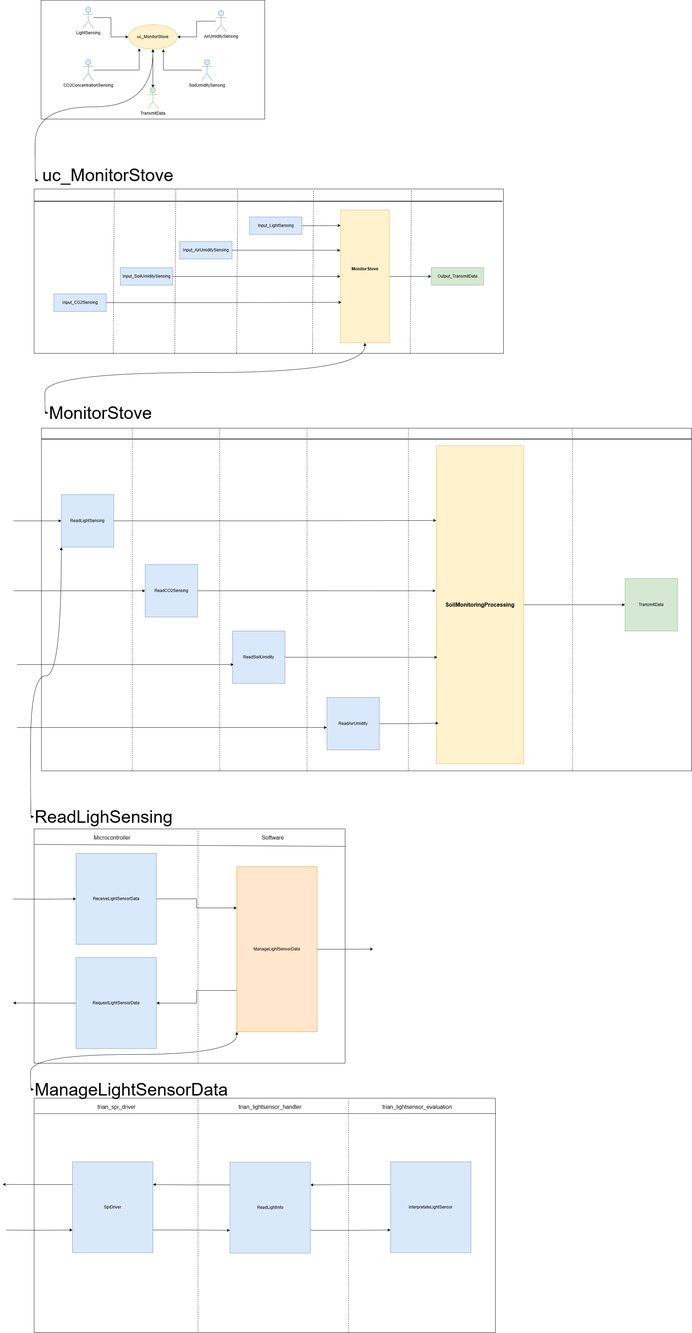
The draw.io diagram DiagramaSistemaEstufa.png in ninjadafolha/EstufaInterna, before a commit. Source tidied: cells renumbered, new cells last; positions are measured from the earlier drawing's top-left corner, leaving out a move shared by most shapes.
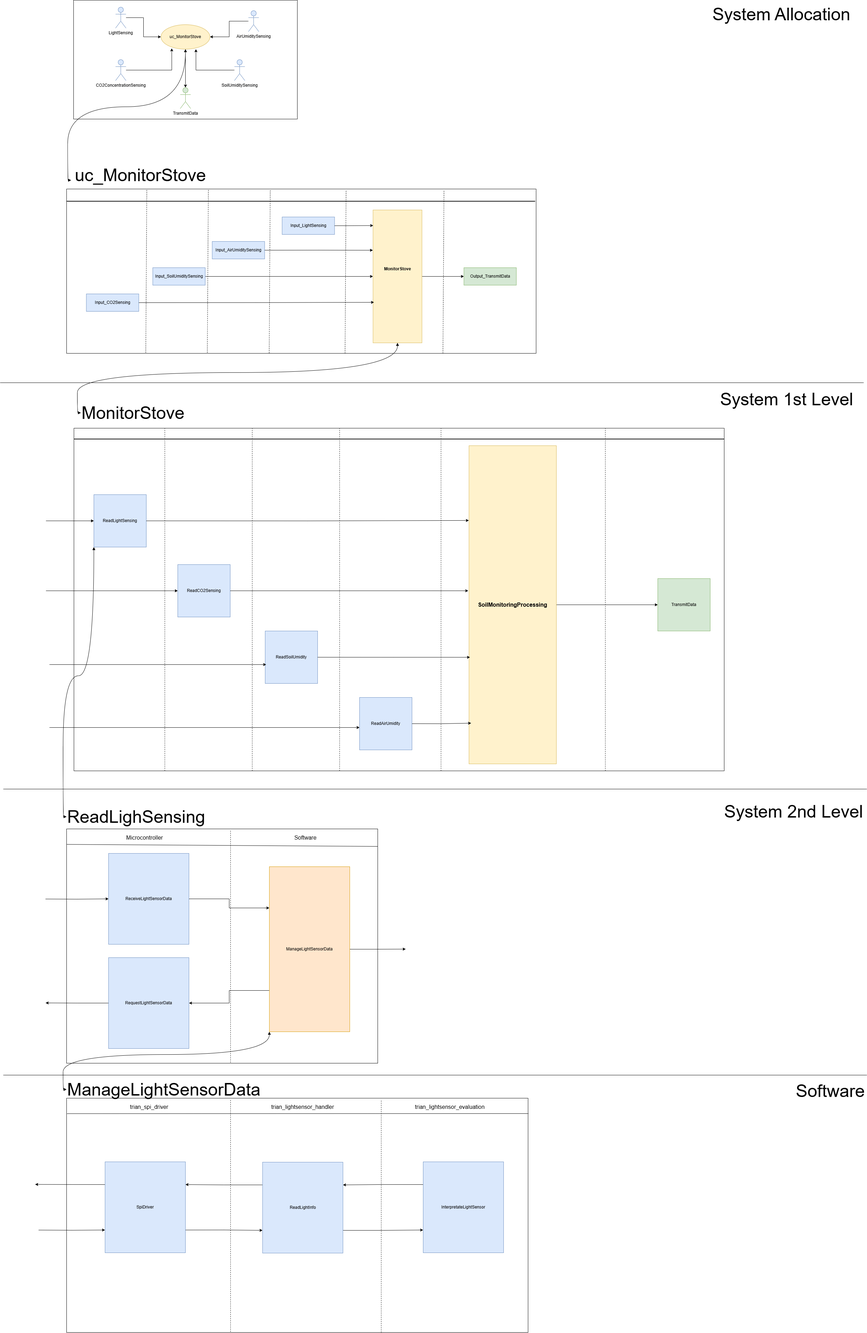
After the change.

Change to the diagram source:
```diff
@@ -358,5 +358,26 @@
     <mxCell id="98" style="endArrow=block;startArrow=block;endFill=1;startFill=1;html=1;rounded=0;entryX=0.5;entryY=1;entryDx=0;entryDy=0;exitX=0;exitY=0.5;exitDx=0;exitDy=0;edgeStyle=orthogonalEdgeStyle;curved=1;" parent="1" edge="1" source="52" target="60">
       <mxGeometry relative="1" as="geometry" />
     </mxCell>
+    <mxCell id="99" style="line;strokeWidth=1;fillColor=none;align=left;verticalAlign=middle;spacingTop=-1;spacingLeft=3;spacingRight=3;labelPosition=right;strokeColor=inherit;" parent="1" vertex="1">
+      <mxGeometry x="-100" y="1090" width="2470" height="8" as="geometry" />
+    </mxCell>
+    <mxCell id="100" style="line;strokeWidth=1;fillColor=none;align=left;verticalAlign=middle;spacingTop=-1;spacingLeft=3;spacingRight=3;labelPosition=right;strokeColor=inherit;" parent="1" vertex="1">
+      <mxGeometry x="-91" y="2252" width="2470" height="8" as="geometry" />
+    </mxCell>
+    <mxCell id="101" style="line;strokeWidth=1;fillColor=none;align=left;verticalAlign=middle;spacingTop=-1;spacingLeft=3;spacingRight=3;labelPosition=right;strokeColor=inherit;" parent="1" vertex="1">
+      <mxGeometry x="-91" y="3070" width="2470" height="8" as="geometry" />
+    </mxCell>
+    <mxCell id="102" value="&lt;font style=&quot;font-size: 50px;&quot;&gt;Software&lt;/font&gt;" style="text;html=1;align=center;verticalAlign=middle;whiteSpace=wrap;rounded=0;" parent="1" vertex="1">
+      <mxGeometry x="2190" y="3080" width="170" height="79" as="geometry" />
+    </mxCell>
+    <mxCell id="103" value="&lt;font style=&quot;font-size: 50px;&quot;&gt;System 2nd Level&lt;/font&gt;" style="text;html=1;align=center;verticalAlign=middle;whiteSpace=wrap;rounded=0;" parent="1" vertex="1">
+      <mxGeometry x="1970" y="2280" width="400" height="79" as="geometry" />
+    </mxCell>
+    <mxCell id="104" value="&lt;font style=&quot;font-size: 50px;&quot;&gt;System 1st Level&lt;/font&gt;" style="text;html=1;align=center;verticalAlign=middle;whiteSpace=wrap;rounded=0;" parent="1" vertex="1">
+      <mxGeometry x="1950" y="1101" width="400" height="79" as="geometry" />
+    </mxCell>
+    <mxCell id="105" value="&lt;font style=&quot;font-size: 50px;&quot;&gt;System Allocation&lt;/font&gt;" style="text;html=1;align=center;verticalAlign=middle;whiteSpace=wrap;rounded=0;" parent="1" vertex="1">
+      <mxGeometry x="1930" width="410" height="79" as="geometry" />
+    </mxCell>
   </root>
 </mxGraphModel>
```
